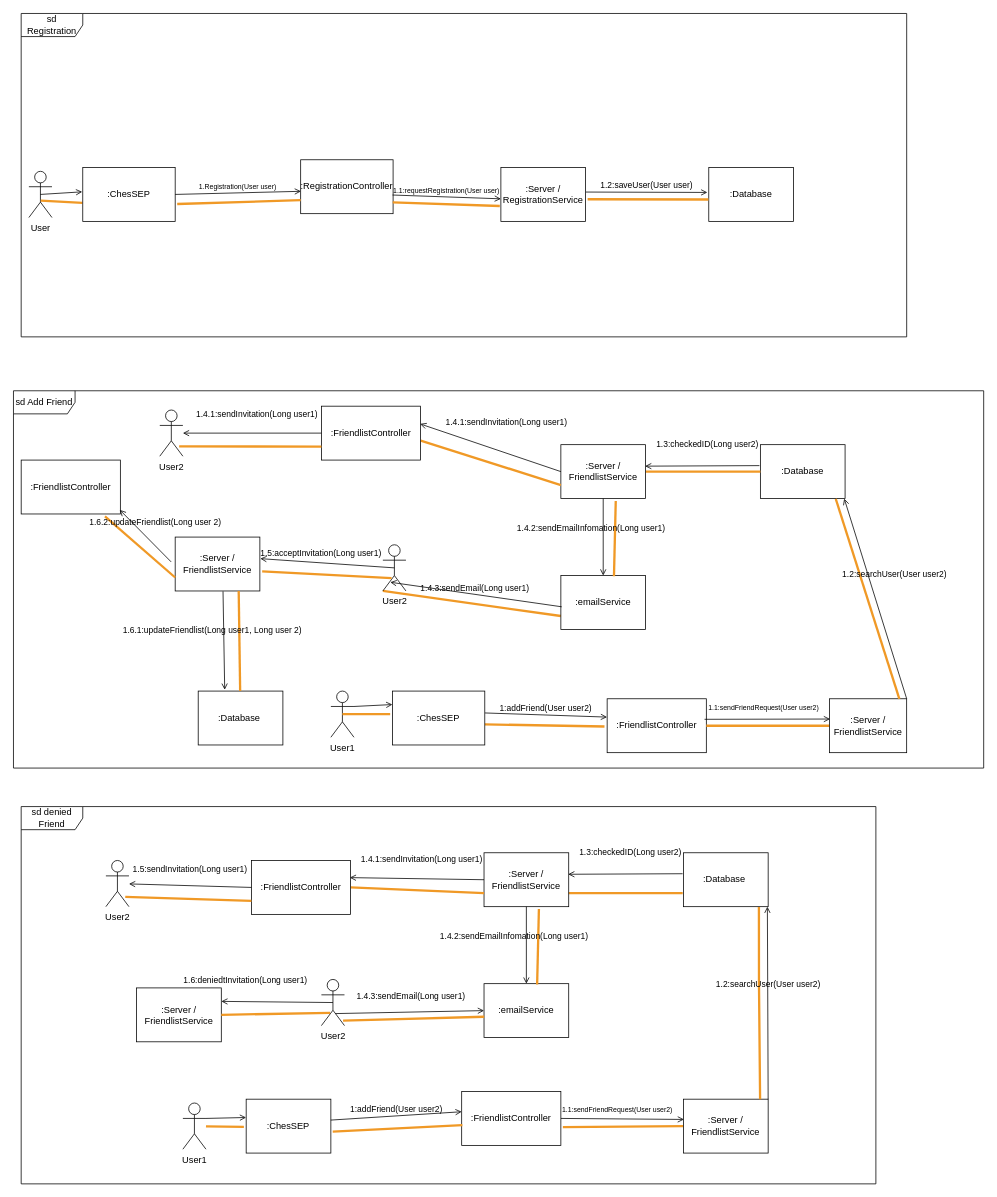
The draw.io diagram Projektmappe/Zyklus 1/Kommunikationsdiagramm_Zyklus_I.drawio in Kaan2474/ChesSEP, before the edit. Source tidied: cells renumbered, new cells numbered last; positions are measured from the earlier drawing's top-left corner, leaving out a move shared by most shapes. Both pictures are drawn from the tidied source at 77%, with x=0, y=0 at pixel (13, 13).
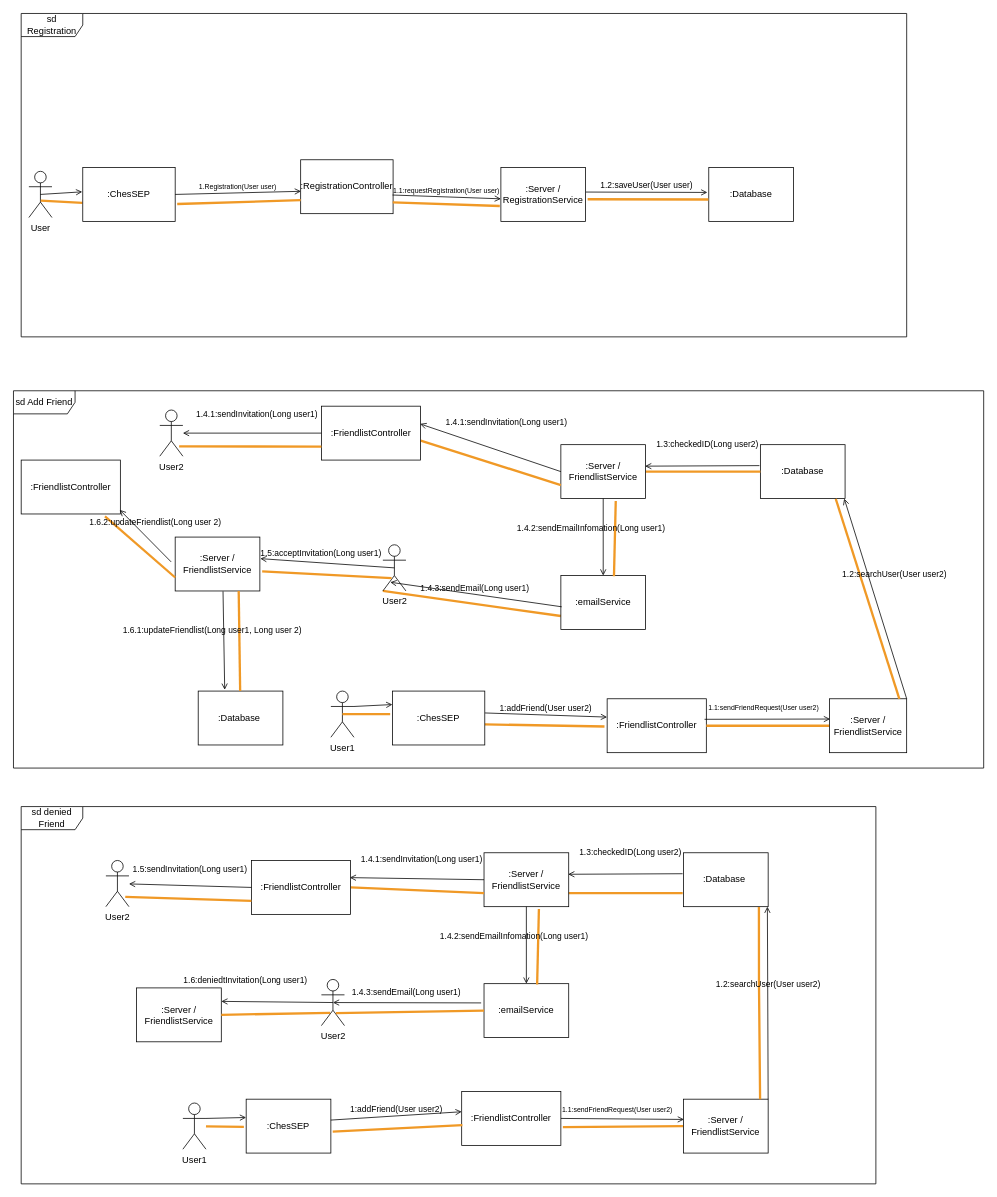
The same diagram, later.

The change refers to these unchanged cells:
```xml
<mxCell id="55" value="User2" style="shape=umlActor;verticalLabelPosition=bottom;verticalAlign=top;html=1;" parent="1" vertex="1">
  <mxGeometry x="399.9" y="1254.5" width="30" height="60" as="geometry" />
</mxCell>
<mxCell id="61" value=":emailService" style="html=1;align=center;verticalAlign=middle;dashed=0;whiteSpace=wrap;" parent="1" vertex="1">
  <mxGeometry x="611.1" y="1260" width="110" height="70" as="geometry" />
</mxCell>
```

Diff of the diagram source:
```diff
@@
-    <mxCell id="64" style="endArrow=none;startArrow=none;endFill=0;startFill=0;endSize=8;html=1;verticalAlign=bottom;labelBackgroundColor=none;strokeWidth=3;rounded=0;entryX=0.938;entryY=0.892;entryDx=0;entryDy=0;entryPerimeter=0;exitX=0.002;exitY=0.614;exitDx=0;exitDy=0;strokeColor=#F09926;exitPerimeter=0;" parent="1" edge="1" source="61" target="55">
+    <mxCell id="64" style="endArrow=none;startArrow=none;endFill=0;startFill=0;endSize=8;html=1;verticalAlign=bottom;labelBackgroundColor=none;strokeWidth=3;rounded=0;entryX=0.627;entryY=0.731;entryDx=0;entryDy=0;entryPerimeter=0;exitX=0;exitY=0.5;exitDx=0;exitDy=0;strokeColor=#F09926;" parent="1" edge="1" source="61" target="55">
       <mxGeometry relative="1" as="geometry" />
     </mxCell>
-    <mxCell id="65" value="1.4.3:sendEmail(Long user1)" style="html=1;verticalAlign=bottom;labelBackgroundColor=none;endArrow=open;endFill=0;rounded=0;exitX=0.604;exitY=0.739;exitDx=0;exitDy=0;entryX=0;entryY=0.5;entryDx=0;entryDy=0;exitPerimeter=0;" parent="1" edge="1" source="55" target="61">
-      <mxGeometry x="0.01" y="12" relative="1" as="geometry" />
+    <mxCell id="65" value="1.4.3:sendEmail(Long user1)" style="html=1;verticalAlign=bottom;labelBackgroundColor=none;endArrow=open;endFill=0;rounded=0;exitX=-0.034;exitY=0.357;exitDx=0;exitDy=0;exitPerimeter=0;entryX=0.5;entryY=0.5;entryDx=0;entryDy=0;entryPerimeter=0;" parent="1" edge="1" source="61" target="55">
+      <mxGeometry x="0.01" y="-5" relative="1" as="geometry" />
     </mxCell>
```
